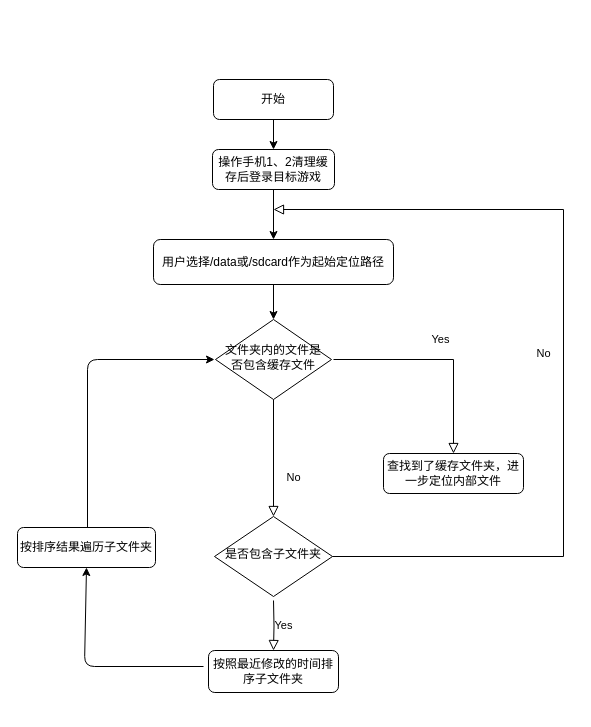
linxierr/TVGuoBT keeps this draw.io diagram as Untitled Diagram.drawio. Above is the earlier version. Source tidied: cells renumbered, new cells numbered last; positions are measured from the earlier drawing's top-left corner, leaving out a move shared by most shapes. Both pictures are drawn from the tidied source at 100%, with x=0, y=0 at pixel (17, 79).
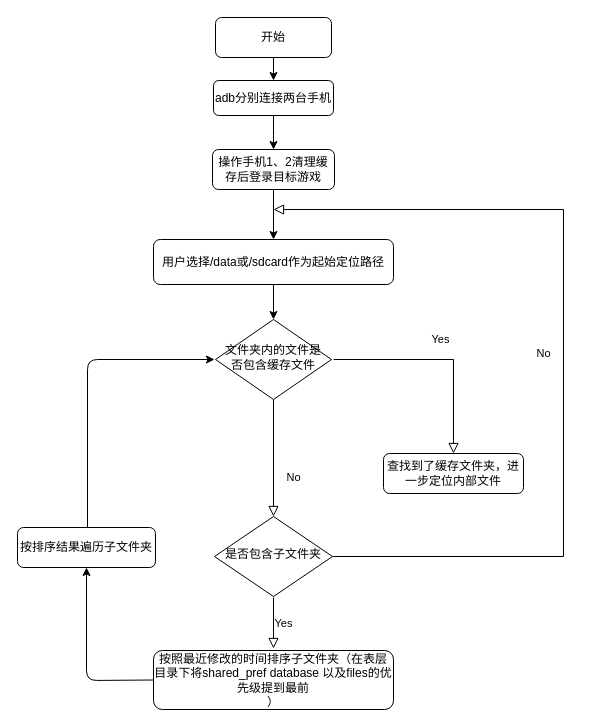
Above is the later version.

Unchanged cells that the change refers to:
```xml
<mxCell id="5" value="操作手机1、2清理缓存后登录目标游戏" style="rounded=1;whiteSpace=wrap;html=1;fontSize=12;glass=0;strokeWidth=1;shadow=0;" parent="1" vertex="1">
  <mxGeometry x="195" y="70" width="122" height="40" as="geometry" />
</mxCell>
<mxCell id="17" value="按排序结果遍历子文件夹" style="rounded=1;whiteSpace=wrap;html=1;fontSize=12;glass=0;strokeWidth=1;shadow=0;" parent="1" vertex="1">
  <mxGeometry y="448" width="138" height="40" as="geometry" />
</mxCell>
```

The edit, as a diff of the source:
```diff
@@
+    <mxCell id="20" style="edgeStyle=orthogonalEdgeStyle;rounded=0;jettySize=auto;html=1;" parent="1" edge="1" source="2" target="22">
+      <mxGeometry relative="1" as="geometry" />
+    </mxCell>
     <mxCell id="2" value="开始" style="rounded=1;whiteSpace=wrap;html=1;fontSize=12;glass=0;strokeWidth=1;shadow=0;" parent="1" vertex="1">
-      <mxGeometry x="196" width="120" height="40" as="geometry" />
+      <mxGeometry x="198" y="-62" width="116" height="40" as="geometry" />
     </mxCell>
     <mxCell id="3" style="edgeStyle=orthogonalEdgeStyle;rounded=0;orthogonalLoop=1;jettySize=auto;html=1;" parent="1" edge="1">
       <mxGeometry relative="1" as="geometry">
-        <mxPoint x="255" y="50" as="sourcePoint" />
-        <mxPoint x="255" y="50" as="targetPoint" />
+        <mxPoint x="245" y="50" as="sourcePoint" />
+        <mxPoint x="245" y="50" as="targetPoint" />
       </mxGeometry>
     </mxCell>
@@
-    <mxCell id="6" style="endArrow=classic;html=1;exitX=0.5;exitY=1;exitDx=0;exitDy=0;entryX=0.5;entryY=0;entryDx=0;entryDy=0;" parent="1" edge="1" source="2" target="5">
-      <mxGeometry relative="1" as="geometry" />
-    </mxCell>
@@
-    <mxCell id="13" value="按照最近修改的时间排序子文件夹" style="rounded=1;whiteSpace=wrap;html=1;fontSize=12;glass=0;strokeWidth=1;shadow=0;" parent="1" vertex="1">
-      <mxGeometry x="191" y="571" width="130" height="42" as="geometry" />
+    <mxCell id="13" value="按照最近修改的时间排序子文件夹（在表层目录下将shared_pref database 以及files的优先级提到最前&lt;br&gt;）" style="rounded=1;whiteSpace=wrap;html=1;fontSize=12;glass=0;strokeWidth=1;shadow=0;" parent="1" vertex="1">
+      <mxGeometry x="136" y="571" width="240" height="59" as="geometry" />
     </mxCell>
@@
-    <mxCell id="16" value="Yes" style="edgeStyle=orthogonalEdgeStyle;rounded=0;html=1;jettySize=auto;fontSize=11;endArrow=block;endFill=0;endSize=8;strokeWidth=1;shadow=0;labelBackgroundColor=none;" parent="1" edge="1" target="13">
+    <mxCell id="16" value="Yes" style="edgeStyle=orthogonalEdgeStyle;rounded=0;html=1;jettySize=auto;orthogonalLoop=1;fontSize=11;endArrow=block;endFill=0;endSize=8;strokeWidth=1;shadow=0;labelBackgroundColor=none;" parent="1" edge="1">
       <mxGeometry y="10" relative="1" as="geometry">
-        <mxPoint x="256" y="521" as="sourcePoint" />
+        <mxPoint x="256" y="518" as="sourcePoint" />
+        <mxPoint x="256" y="569" as="targetPoint" />
       </mxGeometry>
     </mxCell>
@@
-    <mxCell id="18" style="endArrow=classic;html=1;entryX=0.5;entryY=1;entryDx=0;entryDy=0;" parent="1" edge="1" target="17">
+    <mxCell id="18" style="endArrow=classic;html=1;entryX=0.5;entryY=1;entryDx=0;entryDy=0;exitX=0;exitY=0.5;exitDx=0;exitDy=0;" parent="1" edge="1" source="13" target="17">
       <mxGeometry relative="1" as="geometry">
-        <mxPoint x="186" y="587" as="sourcePoint" />
         <Array as="points">
-          <mxPoint x="67" y="587" />
+          <mxPoint x="69" y="601" />
         </Array>
       </mxGeometry>
     </mxCell>
@@
+    <mxCell id="21" style="edgeStyle=orthogonalEdgeStyle;rounded=0;jettySize=auto;html=1;" parent="1" edge="1" source="22">
+      <mxGeometry relative="1" as="geometry">
+        <mxPoint x="256" y="70" as="targetPoint" />
+      </mxGeometry>
+    </mxCell>
+    <mxCell id="22" value="adb分别连接两台手机" style="rounded=1;whiteSpace=wrap;html=1;fontSize=12;glass=0;strokeWidth=1;shadow=0;" parent="1" vertex="1">
+      <mxGeometry x="196" y="1" width="120" height="35" as="geometry" />
+    </mxCell>
```
